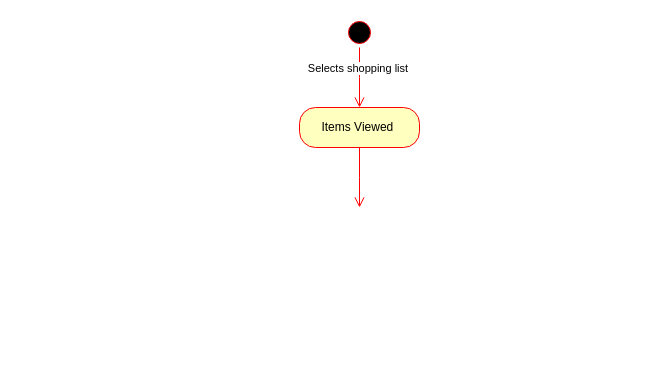
aks805/334Diagrams keeps this draw.io diagram as Untitled Diagram.drawio. Above is the earlier version. Source tidied: cells renumbered, new cells numbered last; positions are measured from the earlier drawing's top-left corner, leaving out a move shared by most shapes. Both pictures are drawn from the tidied source at 100%, with x=0, y=0 at pixel (299, 17).
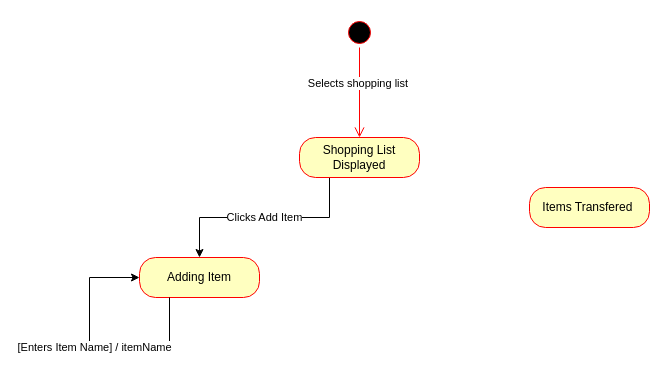
Above is the later version.

Diff of the diagram source:
```diff
@@
 <mxGraphModel>
   <root>
     <mxCell id="0" />
     <mxCell id="1" parent="0" />
-    <mxCell id="2" value="Items Viewed&amp;nbsp;" style="rounded=1;whiteSpace=wrap;html=1;arcSize=40;fontColor=#000000;fillColor=#ffffc0;strokeColor=#ff0000;" parent="1" vertex="1">
-      <mxGeometry y="90" width="120" height="40" as="geometry" />
-    </mxCell>
-    <mxCell id="3" style="edgeStyle=orthogonalEdgeStyle;html=1;verticalAlign=bottom;endArrow=open;endSize=8;strokeColor=#ff0000;rounded=0;" parent="1" edge="1" source="2">
-      <mxGeometry relative="1" as="geometry">
-        <mxPoint x="60" y="190" as="targetPoint" />
-      </mxGeometry>
-    </mxCell>
     <mxCell id="4" style="ellipse;html=1;shape=startState;fillColor=#000000;strokeColor=#ff0000;" parent="1" vertex="1">
       <mxGeometry x="45" width="30" height="30" as="geometry" />
     </mxCell>
-    <mxCell id="5" value="Selects shopping list&amp;nbsp;" style="edgeStyle=orthogonalEdgeStyle;html=1;verticalAlign=bottom;endArrow=open;endSize=8;strokeColor=#ff0000;rounded=0;" parent="1" edge="1" source="4">
-      <mxGeometry relative="1" as="geometry">
-        <mxPoint x="60" y="90" as="targetPoint" />
-      </mxGeometry>
+    <mxCell id="5" value="Selects shopping list&amp;nbsp;" style="edgeStyle=orthogonalEdgeStyle;html=1;verticalAlign=bottom;endArrow=open;endSize=8;strokeColor=#ff0000;rounded=0;entryX=0.5;entryY=0;entryDx=0;entryDy=0;" parent="1" edge="1" source="4" target="7">
+      <mxGeometry relative="1" as="geometry" />
     </mxCell>
+    <mxCell id="6" value="Clicks Add Item" style="edgeStyle=orthogonalEdgeStyle;rounded=0;jettySize=auto;html=1;exitX=0.25;exitY=1;exitDx=0;exitDy=0;" parent="1" edge="1" source="7" target="8">
+      <mxGeometry relative="1" as="geometry" />
+    </mxCell>
+    <mxCell id="7" value="Shopping List Displayed" style="rounded=1;whiteSpace=wrap;html=1;arcSize=40;fontColor=#000000;fillColor=#ffffc0;strokeColor=#ff0000;" parent="1" vertex="1">
+      <mxGeometry y="120" width="120" height="40" as="geometry" />
+    </mxCell>
+    <mxCell id="8" value="Adding Item" style="rounded=1;whiteSpace=wrap;html=1;arcSize=40;fontColor=#000000;fillColor=#ffffc0;strokeColor=#ff0000;" parent="1" vertex="1">
+      <mxGeometry x="-160" y="240" width="120" height="40" as="geometry" />
+    </mxCell>
+    <mxCell id="9" value="Items Transfered&amp;nbsp;" style="rounded=1;whiteSpace=wrap;html=1;arcSize=40;fontColor=#000000;fillColor=#ffffc0;strokeColor=#ff0000;" parent="1" vertex="1">
+      <mxGeometry x="230" y="170" width="120" height="40" as="geometry" />
+    </mxCell>
+    <mxCell id="10" value="[Enters Item Name] / itemName" style="edgeStyle=orthogonalEdgeStyle;rounded=0;orthogonalLoop=1;jettySize=auto;html=1;exitX=0.25;exitY=1;exitDx=0;exitDy=0;entryX=0;entryY=0.5;entryDx=0;entryDy=0;" parent="1" edge="1" source="8" target="8">
+      <mxGeometry relative="1" as="geometry">
+        <Array as="points">
+          <mxPoint x="-130" y="330" />
+          <mxPoint x="-210" y="330" />
+          <mxPoint x="-210" y="260" />
+        </Array>
+      </mxGeometry>
+    </mxCell>
   </root>
 </mxGraphModel>
```
